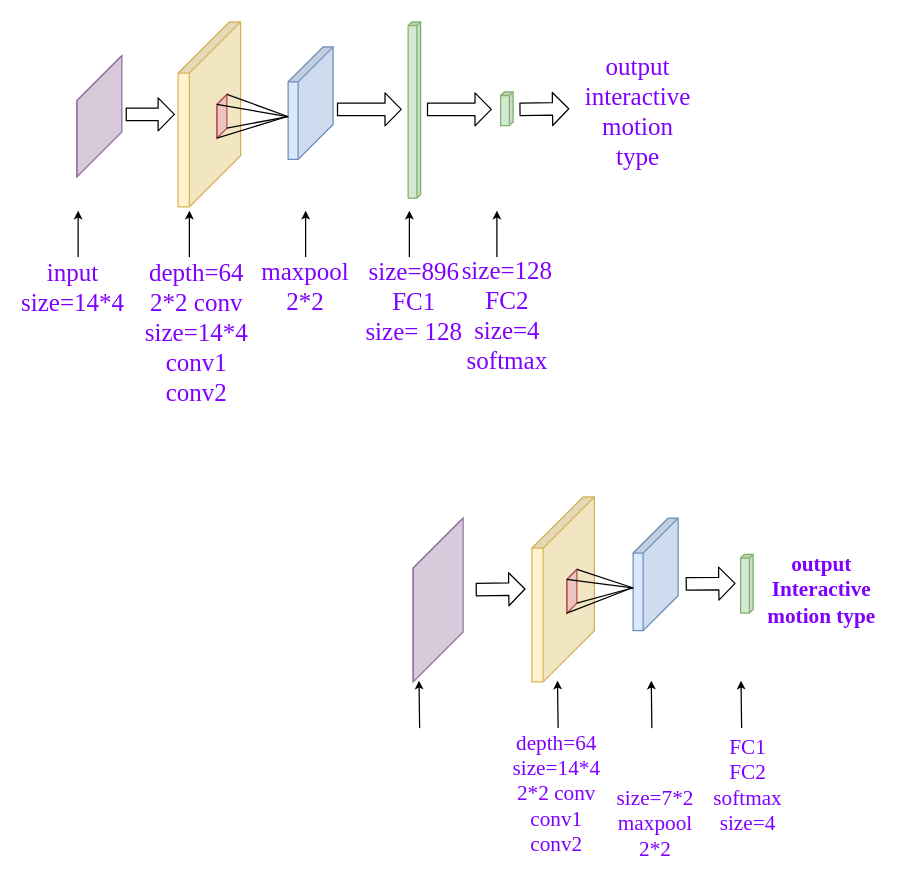
The draw.io diagram Interactive.drawio in ByronGe/ff, before the edit. Source tidied: cells renumbered, new cells numbered last; positions are measured from the earlier drawing's top-left corner, leaving out a move shared by most shapes. Both pictures are drawn from the tidied source at 125%, with x=0, y=0 at pixel (22, 21).
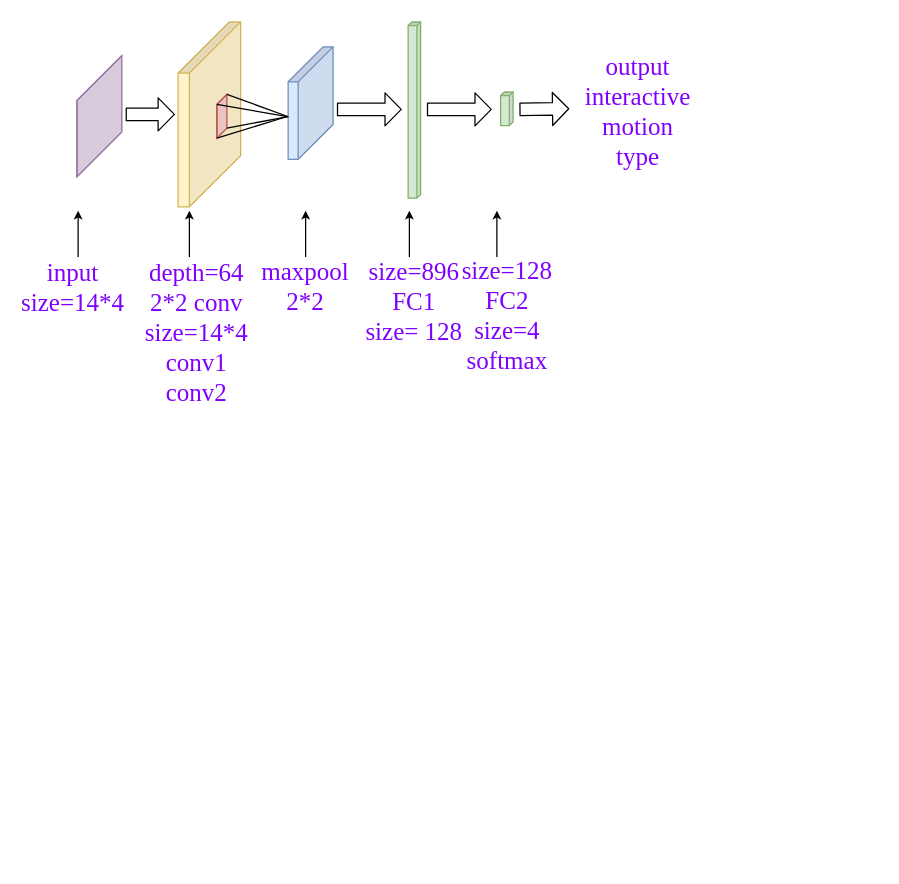
After the change.

Change to the diagram source:
```diff
@@
-    <mxCell id="2" style="shape=cube;whiteSpace=wrap;html=1;boundedLbl=1;backgroundOutline=1;darkOpacity=0.05;darkOpacity2=0.1;fillColor=#dae8fc;strokeColor=#6c8ebf;size=28;direction=south;fontSize=17;fontStyle=0;" parent="1" vertex="1">
-      <mxGeometry x="488" y="397" width="36" height="90" as="geometry" />
-    </mxCell>
-    <mxCell id="3" style="shape=cube;whiteSpace=wrap;html=1;boundedLbl=1;backgroundOutline=1;darkOpacity=0.05;darkOpacity2=0.1;fillColor=#fff2cc;strokeColor=#d6b656;size=41;direction=south;fontSize=17;fontStyle=0;" parent="1" vertex="1">
-      <mxGeometry x="407" y="380" width="50" height="148" as="geometry" />
-    </mxCell>
-    <mxCell id="4" style="shape=cube;whiteSpace=wrap;html=1;boundedLbl=1;backgroundOutline=1;darkOpacity=0.05;darkOpacity2=0.1;fillColor=#d5e8d4;strokeColor=#82b366;size=3;direction=south;fontSize=17;fontStyle=0;" parent="1" vertex="1">
-      <mxGeometry x="574" y="426" width="10" height="47" as="geometry" />
-    </mxCell>
-    <mxCell id="5" style="shape=cube;whiteSpace=wrap;html=1;boundedLbl=1;backgroundOutline=1;darkOpacity=0.05;darkOpacity2=0.1;fillColor=#f8cecc;strokeColor=#b85450;size=9;direction=south;fontSize=17;fontStyle=0;" parent="1" vertex="1">
-      <mxGeometry x="435" y="438" width="8" height="35" as="geometry" />
-    </mxCell>
-    <mxCell id="6" style="endArrow=none;html=1;exitX=0;exitY=0;exitDx=8;exitDy=8;exitPerimeter=0;entryX=0.621;entryY=1.015;entryDx=0;entryDy=0;entryPerimeter=0;fontSize=17;fontStyle=0;" parent="1" edge="1" source="5" target="2">
-      <mxGeometry relative="1" as="geometry" />
-    </mxCell>
-    <mxCell id="7" style="endArrow=none;html=1;exitX=0;exitY=0;exitDx=0;exitDy=0;exitPerimeter=0;entryX=0.621;entryY=0.993;entryDx=0;entryDy=0;entryPerimeter=0;fontSize=17;fontStyle=0;" parent="1" edge="1" source="5" target="2">
-      <mxGeometry relative="1" as="geometry" />
-    </mxCell>
-    <mxCell id="8" style="endArrow=none;html=1;entryX=0;entryY=0;entryDx=35;entryDy=8;entryPerimeter=0;exitX=0.619;exitY=1.019;exitDx=0;exitDy=0;exitPerimeter=0;fontSize=17;fontStyle=0;" parent="1" edge="1" source="2" target="5">
-      <mxGeometry relative="1" as="geometry" />
-    </mxCell>
-    <mxCell id="9" style="endArrow=none;html=1;entryX=0;entryY=0;entryDx=27;entryDy=0;entryPerimeter=0;exitX=0.619;exitY=0.998;exitDx=0;exitDy=0;exitPerimeter=0;fontSize=17;fontStyle=0;" parent="1" edge="1" source="2" target="5">
-      <mxGeometry relative="1" as="geometry" />
-    </mxCell>
-    <mxCell id="10" value="&lt;font color=&quot;#7f00ff&quot; style=&quot;font-size: 17px;&quot;&gt;&lt;span style=&quot;font-size: 17px;&quot;&gt;depth=64&lt;br style=&quot;font-size: 17px;&quot;&gt;&lt;/span&gt;&lt;/font&gt;&lt;span style=&quot;color: rgb(127, 0, 255); font-size: 17px;&quot;&gt;size=14*4&lt;/span&gt;&lt;font color=&quot;#7f00ff&quot; style=&quot;font-size: 17px;&quot;&gt;&lt;span style=&quot;font-size: 17px;&quot;&gt;&lt;br style=&quot;font-size: 17px;&quot;&gt;2*2 conv&lt;br style=&quot;font-size: 17px;&quot;&gt;conv1&lt;br style=&quot;font-size: 17px;&quot;&gt;conv2&lt;/span&gt;&lt;/font&gt;" style="text;html=1;strokeColor=none;fillColor=none;align=center;verticalAlign=middle;whiteSpace=wrap;rounded=0;fontFamily=Times New Roman;fontSize=17;fontStyle=0;" parent="1" vertex="1">
-      <mxGeometry x="392" y="574" width="70" height="88" as="geometry" />
-    </mxCell>
-    <mxCell id="11" value="&lt;font color=&quot;#7f00ff&quot; style=&quot;font-size: 17px;&quot;&gt;&lt;span style=&quot;font-size: 17px;&quot;&gt;size=7*2&lt;br style=&quot;font-size: 17px;&quot;&gt;maxpool&lt;br style=&quot;font-size: 17px;&quot;&gt;2*2&lt;br style=&quot;font-size: 17px;&quot;&gt;&lt;/span&gt;&lt;/font&gt;" style="text;html=1;strokeColor=none;fillColor=none;align=center;verticalAlign=middle;whiteSpace=wrap;rounded=0;fontFamily=Times New Roman;fontSize=17;fontStyle=0;" parent="1" vertex="1">
-      <mxGeometry x="473" y="627" width="66" height="30" as="geometry" />
-    </mxCell>
-    <mxCell id="12" style="shape=cube;whiteSpace=wrap;html=1;boundedLbl=1;backgroundOutline=1;darkOpacity=0.05;darkOpacity2=0.1;fillColor=#e1d5e7;strokeColor=#9673a6;size=41;direction=south;fontSize=17;rotation=0;fontStyle=0;" parent="1" vertex="1">
-      <mxGeometry x="312" y="397" width="40" height="131" as="geometry" />
-    </mxCell>
-    <mxCell id="13" style="endArrow=classic;html=1;endSize=4;fontSize=17;fontStyle=0;" parent="1" edge="1">
-      <mxGeometry relative="1" as="geometry">
-        <mxPoint x="428" y="565" as="sourcePoint" />
-        <mxPoint x="427.5" y="527" as="targetPoint" />
-      </mxGeometry>
-    </mxCell>
-    <mxCell id="14" style="endArrow=classic;html=1;endSize=4;fontSize=17;fontStyle=0;" parent="1" edge="1">
-      <mxGeometry relative="1" as="geometry">
-        <mxPoint x="503" y="565" as="sourcePoint" />
-        <mxPoint x="502.5" y="527" as="targetPoint" />
-      </mxGeometry>
-    </mxCell>
-    <mxCell id="15" style="endArrow=classic;html=1;endSize=4;fontSize=17;fontStyle=0;" parent="1" edge="1">
-      <mxGeometry relative="1" as="geometry">
-        <mxPoint x="317.2" y="565" as="sourcePoint" />
-        <mxPoint x="316.7" y="527" as="targetPoint" />
-      </mxGeometry>
-    </mxCell>
-    <mxCell id="16" style="shape=flexArrow;endArrow=classic;html=1;endWidth=15.428571428571429;endSize=4;startWidth=15.428571428571429;startSize=6.668571428571428;width=10;entryX=0;entryY=0;entryDx=64.5;entryDy=10;entryPerimeter=0;fontSize=17;fontStyle=0;" parent="1" edge="1">
-      <mxGeometry relative="1" as="geometry">
-        <mxPoint x="362" y="454.2" as="sourcePoint" />
-        <mxPoint x="402" y="453.7" as="targetPoint" />
-      </mxGeometry>
-    </mxCell>
-    <mxCell id="17" value="&lt;span style=&quot;font-size: 17px;&quot;&gt;&lt;font color=&quot;#7f00ff&quot; face=&quot;Times New Roman&quot; style=&quot;font-size: 17px;&quot;&gt;FC1&lt;br style=&quot;font-size: 17px;&quot;&gt;FC2&lt;br style=&quot;font-size: 17px;&quot;&gt;softmax&lt;br style=&quot;font-size: 17px;&quot;&gt;&lt;/font&gt;&lt;/span&gt;&lt;span style=&quot;color: rgb(127, 0, 255); font-family: &amp;quot;times new roman&amp;quot;; font-size: 17px;&quot;&gt;size=4&lt;/span&gt;&lt;span style=&quot;font-size: 17px;&quot;&gt;&lt;font color=&quot;#7f00ff&quot; face=&quot;Times New Roman&quot; style=&quot;font-size: 17px;&quot;&gt;&lt;br style=&quot;font-size: 17px;&quot;&gt;&lt;/font&gt;&lt;/span&gt;" style="text;html=1;strokeColor=none;fillColor=none;align=center;verticalAlign=middle;whiteSpace=wrap;rounded=0;fontSize=17;fontStyle=0;" parent="1" vertex="1">
-      <mxGeometry x="547.5" y="574" width="63.5" height="73" as="geometry" />
-    </mxCell>
-    <mxCell id="18" value="&lt;font color=&quot;#7f00ff&quot; face=&quot;Times New Roman&quot; style=&quot;font-size: 17px;&quot;&gt;&lt;span style=&quot;font-size: 17px;&quot;&gt;&lt;b style=&quot;font-size: 17px;&quot;&gt;output&lt;br style=&quot;font-size: 17px;&quot;&gt;Interactive motion type&lt;/b&gt;&lt;/span&gt;&lt;/font&gt;" style="text;html=1;strokeColor=none;fillColor=none;align=center;verticalAlign=middle;whiteSpace=wrap;rounded=0;fontSize=17;fontStyle=0;" parent="1" vertex="1">
-      <mxGeometry x="594" y="426" width="90" height="57.5" as="geometry" />
-    </mxCell>
@@
-    <mxCell id="43" style="endArrow=classic;html=1;endSize=4;fontSize=17;fontStyle=0;" parent="1" edge="1">
-      <mxGeometry relative="1" as="geometry">
-        <mxPoint x="574.8" y="565" as="sourcePoint" />
-        <mxPoint x="574.3" y="527" as="targetPoint" />
-      </mxGeometry>
-    </mxCell>
-    <mxCell id="44" style="shape=flexArrow;endArrow=classic;html=1;endWidth=15.428571428571429;endSize=4;startWidth=15.428571428571429;startSize=6.668571428571428;width=10;entryX=0;entryY=0;entryDx=64.5;entryDy=10;entryPerimeter=0;fontSize=17;fontStyle=0;" parent="1" edge="1">
-      <mxGeometry relative="1" as="geometry">
-        <mxPoint x="530" y="449.7" as="sourcePoint" />
-        <mxPoint x="570" y="449.2" as="targetPoint" />
-      </mxGeometry>
-    </mxCell>
```
